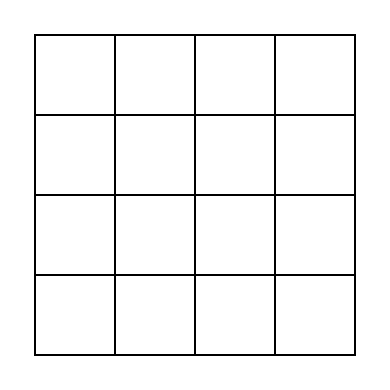
The draw.io diagram 格子.drawio in As-The-Wind/game-of-life-4-4, before the edit. Source tidied: cells renumbered, new cells numbered last; positions are measured from the earlier drawing's top-left corner, leaving out a move shared by most shapes. Both pictures are drawn from the tidied source at 200%, with x=0, y=0 at pixel (34, 34).
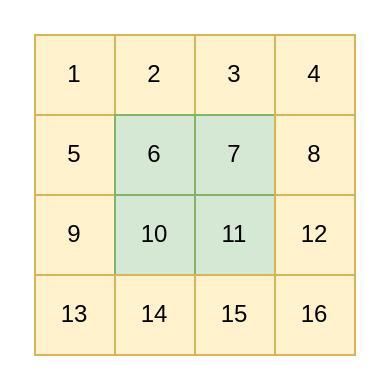
The same page after the edit.

Diff of the diagram source:
```diff
@@
 <mxGraphModel>
   <root>
     <mxCell id="0" />
     <mxCell id="1" parent="0" />
-    <mxCell id="2" style="rounded=0;whiteSpace=wrap;html=1;" parent="1" vertex="1">
+    <mxCell id="2" value="1" style="rounded=0;whiteSpace=wrap;html=1;fillColor=#fff2cc;strokeColor=#d6b656;" parent="1" vertex="1">
       <mxGeometry width="40" height="40" as="geometry" />
     </mxCell>
-    <mxCell id="3" style="rounded=0;whiteSpace=wrap;html=1;" parent="1" vertex="1">
+    <mxCell id="3" value="2" style="rounded=0;whiteSpace=wrap;html=1;fillColor=#fff2cc;strokeColor=#d6b656;" parent="1" vertex="1">
       <mxGeometry x="40" width="40" height="40" as="geometry" />
     </mxCell>
-    <mxCell id="4" style="rounded=0;whiteSpace=wrap;html=1;" parent="1" vertex="1">
+    <mxCell id="4" value="3" style="rounded=0;whiteSpace=wrap;html=1;fillColor=#fff2cc;strokeColor=#d6b656;" parent="1" vertex="1">
       <mxGeometry x="80" width="40" height="40" as="geometry" />
     </mxCell>
-    <mxCell id="5" style="rounded=0;whiteSpace=wrap;html=1;" parent="1" vertex="1">
+    <mxCell id="5" value="4" style="rounded=0;whiteSpace=wrap;html=1;fillColor=#fff2cc;strokeColor=#d6b656;" parent="1" vertex="1">
       <mxGeometry x="120" width="40" height="40" as="geometry" />
     </mxCell>
-    <mxCell id="6" style="rounded=0;whiteSpace=wrap;html=1;" parent="1" vertex="1">
+    <mxCell id="6" value="5" style="rounded=0;whiteSpace=wrap;html=1;fillColor=#fff2cc;strokeColor=#d6b656;" parent="1" vertex="1">
       <mxGeometry y="40" width="40" height="40" as="geometry" />
     </mxCell>
-    <mxCell id="7" style="rounded=0;whiteSpace=wrap;html=1;" parent="1" vertex="1">
+    <mxCell id="7" value="6" style="rounded=0;whiteSpace=wrap;html=1;fillColor=#d5e8d4;strokeColor=#82b366;" parent="1" vertex="1">
       <mxGeometry x="40" y="40" width="40" height="40" as="geometry" />
     </mxCell>
-    <mxCell id="8" style="rounded=0;whiteSpace=wrap;html=1;" parent="1" vertex="1">
+    <mxCell id="8" value="7" style="rounded=0;whiteSpace=wrap;html=1;fillColor=#d5e8d4;strokeColor=#82b366;" parent="1" vertex="1">
       <mxGeometry x="80" y="40" width="40" height="40" as="geometry" />
     </mxCell>
-    <mxCell id="9" style="rounded=0;whiteSpace=wrap;html=1;" parent="1" vertex="1">
+    <mxCell id="9" value="8" style="rounded=0;whiteSpace=wrap;html=1;fillColor=#fff2cc;strokeColor=#d6b656;" parent="1" vertex="1">
       <mxGeometry x="120" y="40" width="40" height="40" as="geometry" />
     </mxCell>
-    <mxCell id="10" style="rounded=0;whiteSpace=wrap;html=1;" parent="1" vertex="1">
+    <mxCell id="10" value="9" style="rounded=0;whiteSpace=wrap;html=1;fillColor=#fff2cc;strokeColor=#d6b656;" parent="1" vertex="1">
       <mxGeometry y="80" width="40" height="40" as="geometry" />
     </mxCell>
-    <mxCell id="11" style="rounded=0;whiteSpace=wrap;html=1;" parent="1" vertex="1">
+    <mxCell id="11" value="10" style="rounded=0;whiteSpace=wrap;html=1;fillColor=#d5e8d4;strokeColor=#82b366;" parent="1" vertex="1">
       <mxGeometry x="40" y="80" width="40" height="40" as="geometry" />
     </mxCell>
-    <mxCell id="12" style="rounded=0;whiteSpace=wrap;html=1;" parent="1" vertex="1">
+    <mxCell id="12" value="11" style="rounded=0;whiteSpace=wrap;html=1;fillColor=#d5e8d4;strokeColor=#82b366;" parent="1" vertex="1">
       <mxGeometry x="80" y="80" width="40" height="40" as="geometry" />
     </mxCell>
-    <mxCell id="13" style="rounded=0;whiteSpace=wrap;html=1;" parent="1" vertex="1">
+    <mxCell id="13" value="12" style="rounded=0;whiteSpace=wrap;html=1;fillColor=#fff2cc;strokeColor=#d6b656;" parent="1" vertex="1">
       <mxGeometry x="120" y="80" width="40" height="40" as="geometry" />
     </mxCell>
-    <mxCell id="14" style="rounded=0;whiteSpace=wrap;html=1;" parent="1" vertex="1">
+    <mxCell id="14" value="13" style="rounded=0;whiteSpace=wrap;html=1;fillColor=#fff2cc;strokeColor=#d6b656;" parent="1" vertex="1">
       <mxGeometry y="120" width="40" height="40" as="geometry" />
     </mxCell>
-    <mxCell id="15" style="rounded=0;whiteSpace=wrap;html=1;" parent="1" vertex="1">
+    <mxCell id="15" value="14" style="rounded=0;whiteSpace=wrap;html=1;fillColor=#fff2cc;strokeColor=#d6b656;" parent="1" vertex="1">
       <mxGeometry x="40" y="120" width="40" height="40" as="geometry" />
     </mxCell>
-    <mxCell id="16" style="rounded=0;whiteSpace=wrap;html=1;" parent="1" vertex="1">
+    <mxCell id="16" value="15" style="rounded=0;whiteSpace=wrap;html=1;fillColor=#fff2cc;strokeColor=#d6b656;" parent="1" vertex="1">
       <mxGeometry x="80" y="120" width="40" height="40" as="geometry" />
     </mxCell>
-    <mxCell id="17" style="rounded=0;whiteSpace=wrap;html=1;" parent="1" vertex="1">
+    <mxCell id="17" value="16" style="rounded=0;whiteSpace=wrap;html=1;fillColor=#fff2cc;strokeColor=#d6b656;" parent="1" vertex="1">
       <mxGeometry x="120" y="120" width="40" height="40" as="geometry" />
     </mxCell>
   </root>
 </mxGraphModel>
```
